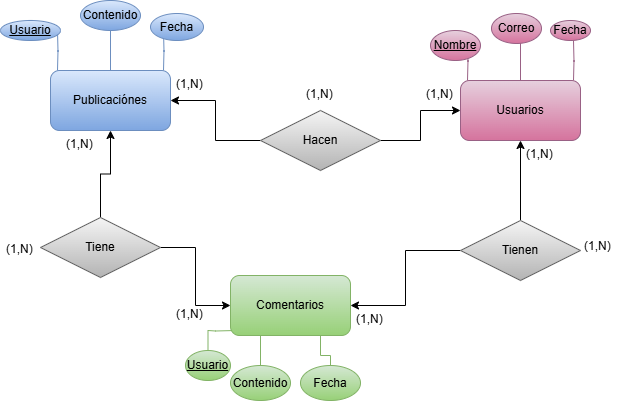
The draw.io diagram diseño/sheet01/ex05/Ejer05.drawio.png in Dorianaadc/Bootcamp, before a commit. Source tidied: cells renumbered, new cells last; positions are measured from the earlier drawing's top-left corner, leaving out a move shared by most shapes.
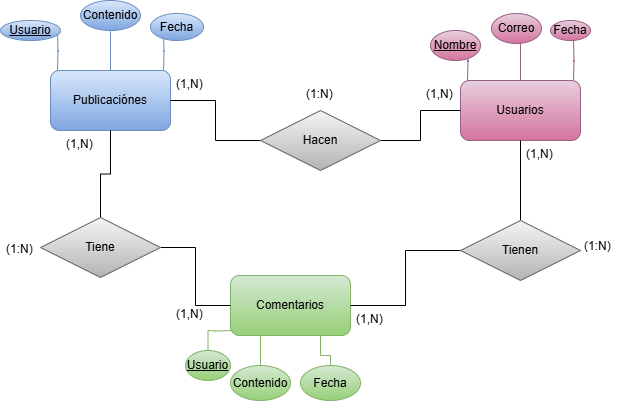
After the commit.

What changed in the source:
```diff
@@ -82,19 +82,19 @@
     <mxCell id="21" value="Fecha" style="ellipse;whiteSpace=wrap;html=1;align=center;fillColor=#d5e8d4;strokeColor=#82b366;gradientColor=#97d077;" parent="1" vertex="1">
       <mxGeometry x="300" y="365" width="60" height="35" as="geometry" />
     </mxCell>
-    <mxCell id="22" style="edgeStyle=orthogonalEdgeStyle;rounded=0;jettySize=auto;html=1;" parent="1" edge="1" source="24" target="9">
+    <mxCell id="22" style="edgeStyle=orthogonalEdgeStyle;rounded=0;jettySize=auto;html=1;endArrow=none;startFill=0;" parent="1" edge="1" source="24" target="9">
       <mxGeometry relative="1" as="geometry" />
     </mxCell>
-    <mxCell id="23" style="edgeStyle=orthogonalEdgeStyle;rounded=0;jettySize=auto;html=1;" parent="1" edge="1" source="24" target="16">
+    <mxCell id="23" style="edgeStyle=orthogonalEdgeStyle;rounded=0;jettySize=auto;html=1;endArrow=none;startFill=0;" parent="1" edge="1" source="24" target="16">
       <mxGeometry relative="1" as="geometry" />
     </mxCell>
     <mxCell id="24" value="Tienen" style="shape=rhombus;perimeter=rhombusPerimeter;whiteSpace=wrap;html=1;align=center;fillColor=#f5f5f5;strokeColor=#666666;gradientColor=#b3b3b3;" parent="1" vertex="1">
       <mxGeometry x="460" y="220" width="120" height="60" as="geometry" />
     </mxCell>
-    <mxCell id="25" style="edgeStyle=orthogonalEdgeStyle;rounded=0;jettySize=auto;html=1;" parent="1" edge="1" source="27" target="5">
+    <mxCell id="25" style="edgeStyle=orthogonalEdgeStyle;rounded=0;jettySize=auto;html=1;endArrow=none;startFill=0;" parent="1" edge="1" source="27" target="5">
       <mxGeometry relative="1" as="geometry" />
     </mxCell>
-    <mxCell id="26" style="edgeStyle=orthogonalEdgeStyle;rounded=0;jettySize=auto;html=1;" parent="1" edge="1" source="27" target="16">
+    <mxCell id="26" style="edgeStyle=orthogonalEdgeStyle;rounded=0;jettySize=auto;html=1;endArrow=none;startFill=0;" parent="1" edge="1" source="27" target="16">
       <mxGeometry relative="1" as="geometry" />
     </mxCell>
     <mxCell id="27" value="Hacen" style="shape=rhombus;perimeter=rhombusPerimeter;whiteSpace=wrap;html=1;align=center;fillColor=#f5f5f5;strokeColor=#666666;gradientColor=#b3b3b3;" parent="1" vertex="1">
@@ -103,19 +103,19 @@
     <mxCell id="28" value="(1,N)" style="text;strokeColor=none;fillColor=none;spacingLeft=4;spacingRight=4;overflow=hidden;fontSize=12;whiteSpace=wrap;html=1;" parent="1" vertex="1">
       <mxGeometry x="520" y="140" width="40" height="30" as="geometry" />
     </mxCell>
-    <mxCell id="29" value="(1,N)" style="text;strokeColor=none;fillColor=none;spacingLeft=4;spacingRight=4;overflow=hidden;fontSize=12;whiteSpace=wrap;html=1;" parent="1" vertex="1">
+    <mxCell id="29" value="(1:N)" style="text;strokeColor=none;fillColor=none;spacingLeft=4;spacingRight=4;overflow=hidden;fontSize=12;whiteSpace=wrap;html=1;" parent="1" vertex="1">
       <mxGeometry x="578" y="232" width="40" height="30" as="geometry" />
     </mxCell>
-    <mxCell id="30" value="(1,N)" style="text;strokeColor=none;fillColor=none;spacingLeft=4;spacingRight=4;overflow=hidden;fontSize=12;whiteSpace=wrap;html=1;" parent="1" vertex="1">
+    <mxCell id="30" value="(1:N)" style="text;strokeColor=none;fillColor=none;spacingLeft=4;spacingRight=4;overflow=hidden;fontSize=12;whiteSpace=wrap;html=1;" parent="1" vertex="1">
       <mxGeometry x="300" y="80" width="40" height="30" as="geometry" />
     </mxCell>
     <mxCell id="31" value="(1,N)" style="text;strokeColor=none;fillColor=none;spacingLeft=4;spacingRight=4;overflow=hidden;fontSize=12;whiteSpace=wrap;html=1;" parent="1" vertex="1">
       <mxGeometry x="170" y="70" width="40" height="30" as="geometry" />
     </mxCell>
-    <mxCell id="32" style="edgeStyle=orthogonalEdgeStyle;rounded=0;jettySize=auto;html=1;" parent="1" edge="1" source="34" target="5">
+    <mxCell id="32" style="edgeStyle=orthogonalEdgeStyle;rounded=0;jettySize=auto;html=1;endArrow=none;startFill=0;" parent="1" edge="1" source="34" target="5">
       <mxGeometry relative="1" as="geometry" />
     </mxCell>
-    <mxCell id="33" style="edgeStyle=orthogonalEdgeStyle;rounded=0;jettySize=auto;html=1;entryX=0;entryY=0.5;entryDx=0;entryDy=0;" parent="1" edge="1" source="34" target="9">
+    <mxCell id="33" style="edgeStyle=orthogonalEdgeStyle;rounded=0;jettySize=auto;html=1;entryX=0;entryY=0.5;entryDx=0;entryDy=0;endArrow=none;startFill=0;" parent="1" edge="1" source="34" target="9">
       <mxGeometry relative="1" as="geometry" />
     </mxCell>
     <mxCell id="34" value="Tiene" style="shape=rhombus;perimeter=rhombusPerimeter;whiteSpace=wrap;html=1;align=center;fillColor=#f5f5f5;strokeColor=#666666;gradientColor=#b3b3b3;" parent="1" vertex="1">
@@ -124,7 +124,7 @@
     <mxCell id="35" value="(1,N)" style="text;strokeColor=none;fillColor=none;spacingLeft=4;spacingRight=4;overflow=hidden;fontSize=12;whiteSpace=wrap;html=1;" parent="1" vertex="1">
       <mxGeometry x="60" y="130" width="40" height="30" as="geometry" />
     </mxCell>
-    <mxCell id="36" value="(1,N)" style="text;strokeColor=none;fillColor=none;spacingLeft=4;spacingRight=4;overflow=hidden;fontSize=12;whiteSpace=wrap;html=1;" parent="1" vertex="1">
+    <mxCell id="36" value="(1:N)" style="text;strokeColor=none;fillColor=none;spacingLeft=4;spacingRight=4;overflow=hidden;fontSize=12;whiteSpace=wrap;html=1;" parent="1" vertex="1">
       <mxGeometry y="235" width="40" height="30" as="geometry" />
     </mxCell>
     <mxCell id="37" value="(1,N)" style="text;strokeColor=none;fillColor=none;spacingLeft=4;spacingRight=4;overflow=hidden;fontSize=12;whiteSpace=wrap;html=1;" parent="1" vertex="1">
```
